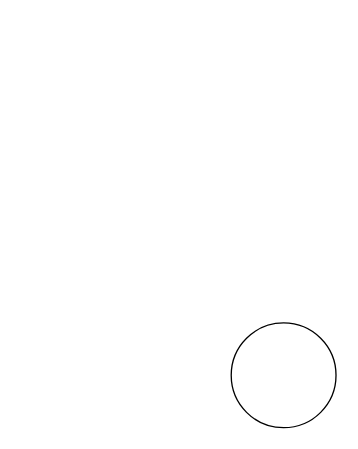
Before: Untitled Diagram.drawio in Kham96/test, a draw.io diagram. Source tidied: cells renumbered, new cells numbered last; positions are measured from the earlier drawing's top-left corner, leaving out a move shared by most shapes. Both pictures are drawn from the tidied source at 131%, with x=0, y=0 at pixel (231, 322).
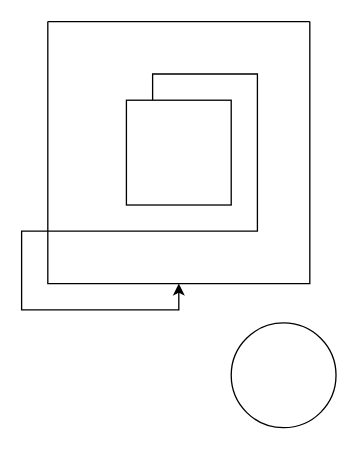
Above is the later version.

The edit, as a diff of the source:
```diff
@@
 <mxGraphModel>
   <root>
     <mxCell id="0" />
     <mxCell id="1" parent="0" />
     <mxCell id="2" style="ellipse;whiteSpace=wrap;html=1;" parent="1" vertex="1">
       <mxGeometry width="80" height="80" as="geometry" />
     </mxCell>
+    <mxCell id="3" style="edgeStyle=orthogonalEdgeStyle;rounded=0;jettySize=auto;html=1;exitX=0.25;exitY=0;exitDx=0;exitDy=0;" parent="1" edge="1" source="4" target="5">
+      <mxGeometry relative="1" as="geometry" />
+    </mxCell>
+    <mxCell id="4" style="whiteSpace=wrap;html=1;" parent="1" vertex="1">
+      <mxGeometry x="-80" y="-170" width="80" height="80" as="geometry" />
+    </mxCell>
+    <mxCell id="5" style="swimlane;startSize=0;" parent="1" vertex="1">
+      <mxGeometry x="-140" y="-230" width="200" height="200" as="geometry" />
+    </mxCell>
   </root>
 </mxGraphModel>
```
